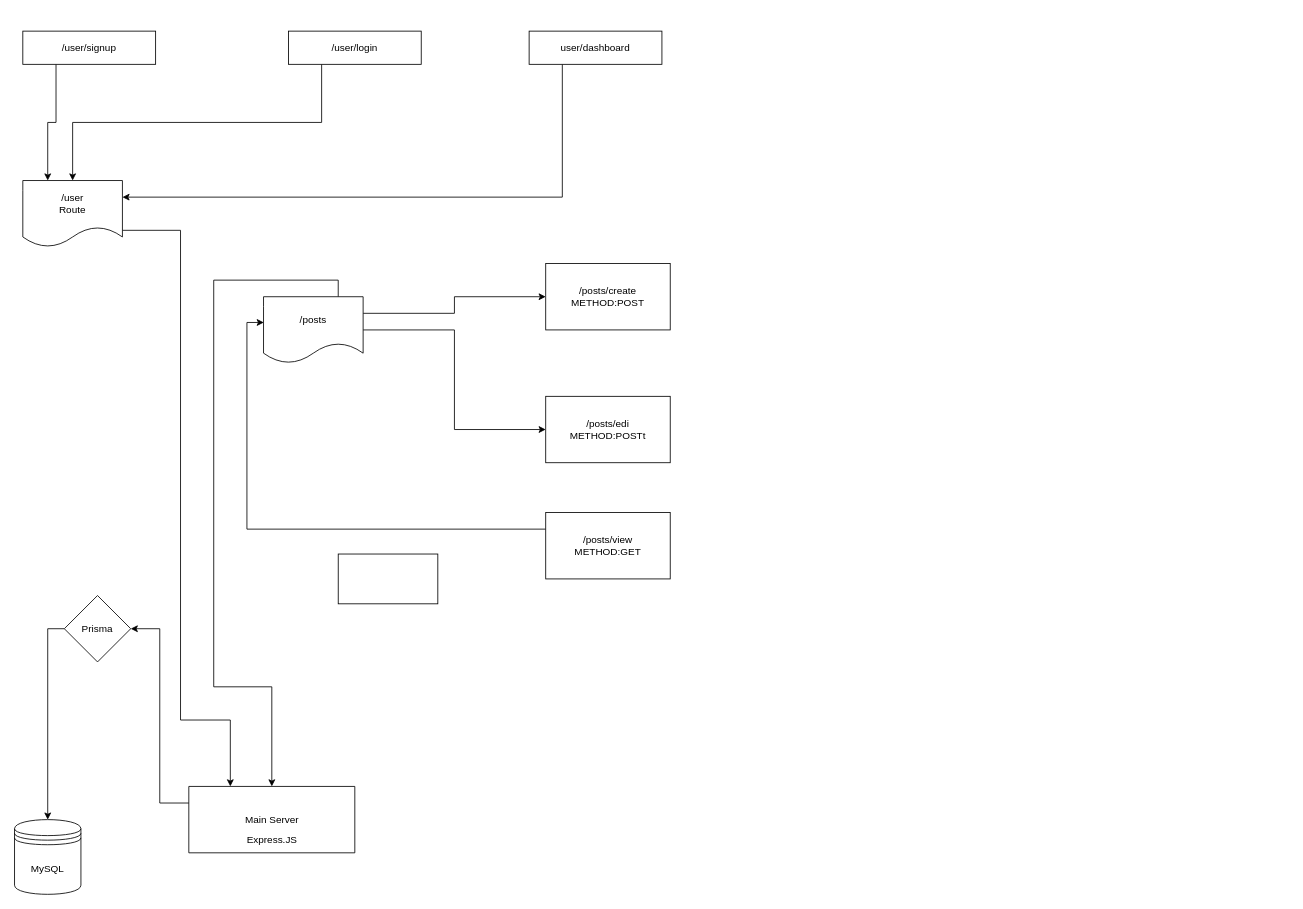
Before: frontend/catium.drawio in abu-abdullah007/catium, a draw.io diagram. Source tidied: cells renumbered, new cells numbered last; positions are measured from the earlier drawing's top-left corner, leaving out a move shared by most shapes. Both pictures are drawn from the tidied source at 83%, with x=0, y=0 at pixel (14, 31).
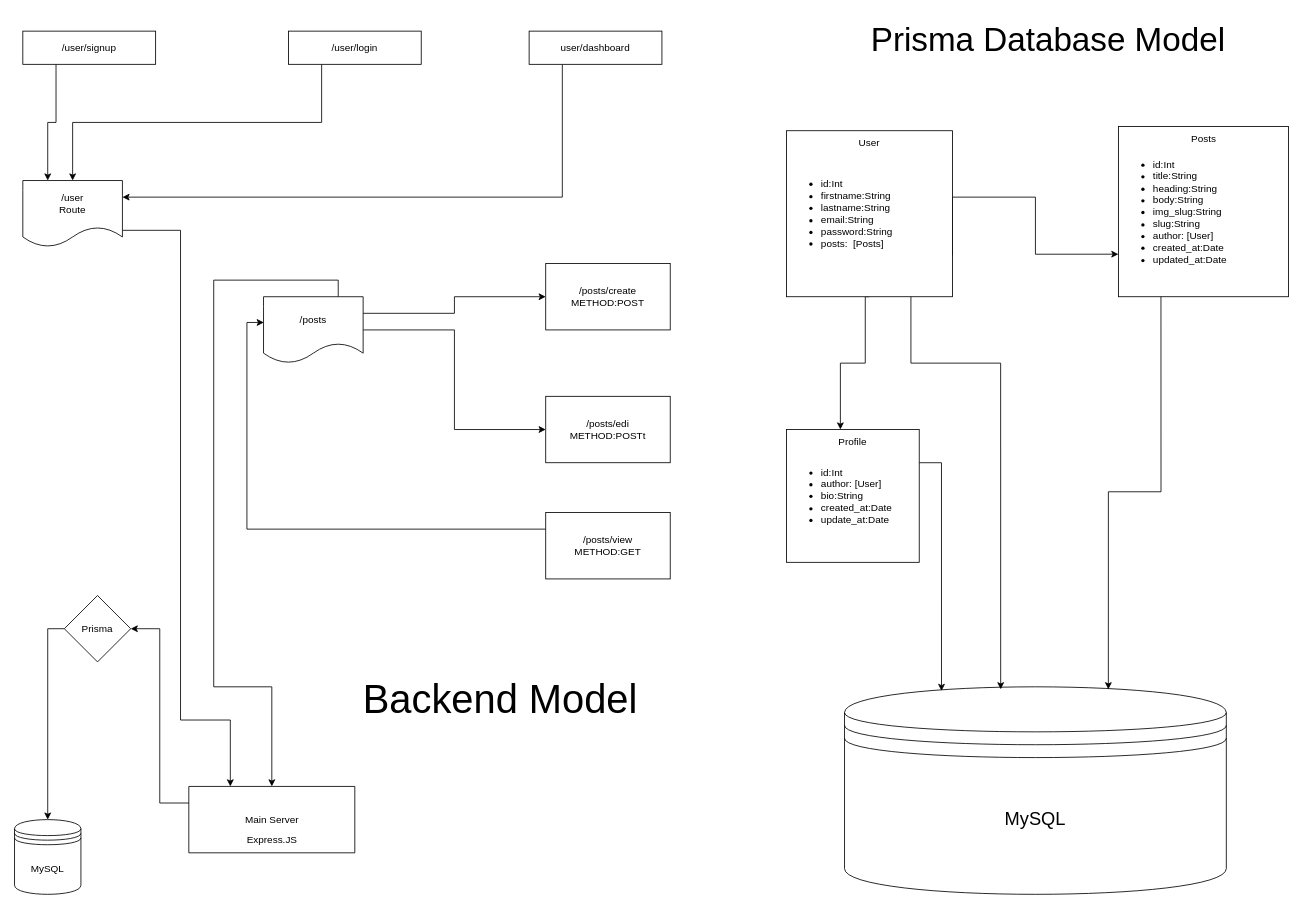
Above is the later version.

Diff of the diagram source:
```diff
@@
-    <mxCell id="25" style="whiteSpace=wrap;html=1;" parent="1" vertex="1">
-      <mxGeometry x="390" y="630" width="120" height="60" as="geometry" />
-    </mxCell>
+    <mxCell id="26" value="&lt;font style=&quot;font-size: 48px;&quot;&gt;Backend Model&lt;/font&gt;" style="text;html=1;align=center;verticalAlign=middle;strokeColor=none;fillColor=none;" parent="1" vertex="1">
+      <mxGeometry x="410" y="770" width="350" height="70" as="geometry" />
+    </mxCell>
+    <mxCell id="27" value="&lt;font style=&quot;font-size: 40px;&quot;&gt;Prisma Database Model&lt;/font&gt;" style="text;html=1;align=center;verticalAlign=middle;strokeColor=none;fillColor=none;" parent="1" vertex="1">
+      <mxGeometry x="1020" y="-20" width="450" height="60" as="geometry" />
+    </mxCell>
+    <mxCell id="28" style="edgeStyle=orthogonalEdgeStyle;rounded=0;jettySize=auto;html=1;exitX=1;exitY=0.75;exitDx=0;exitDy=0;entryX=0;entryY=0.75;entryDx=0;entryDy=0;" parent="1" edge="1" source="30" target="31">
+      <mxGeometry relative="1" as="geometry">
+        <Array as="points">
+          <mxPoint x="1130" y="200" />
+          <mxPoint x="1230" y="200" />
+          <mxPoint x="1230" y="269" />
+        </Array>
+      </mxGeometry>
+    </mxCell>
+    <mxCell id="29" style="edgeStyle=orthogonalEdgeStyle;rounded=0;jettySize=auto;html=1;exitX=0.5;exitY=1;exitDx=0;exitDy=0;entryX=0.25;entryY=0;entryDx=0;entryDy=0;" parent="1" edge="1" source="30" target="37">
+      <mxGeometry relative="1" as="geometry">
+        <Array as="points">
+          <mxPoint x="1025" y="320" />
+          <mxPoint x="1025" y="400" />
+          <mxPoint x="995" y="400" />
+        </Array>
+      </mxGeometry>
+    </mxCell>
+    <mxCell id="30" value="&lt;div align=&quot;left&quot;&gt;&lt;ul&gt;&lt;li&gt;id:Int&lt;/li&gt;&lt;li&gt;firstname:String&lt;/li&gt;&lt;li&gt;lastname:String&lt;/li&gt;&lt;li&gt;email:String&lt;/li&gt;&lt;li&gt;password:String&lt;/li&gt;&lt;li&gt;posts:&amp;nbsp; [Posts]&lt;/li&gt;&lt;/ul&gt;&lt;/div&gt;" style="whiteSpace=wrap;html=1;align=left;" parent="1" vertex="1">
+      <mxGeometry x="930" y="120" width="200" height="200" as="geometry" />
+    </mxCell>
+    <mxCell id="31" value="&lt;div align=&quot;left&quot;&gt;&lt;ul&gt;&lt;li&gt;id:Int&lt;/li&gt;&lt;li&gt;title:String&lt;/li&gt;&lt;li&gt;heading:String&lt;/li&gt;&lt;li&gt;body:String&lt;/li&gt;&lt;li&gt;img_slug:String&lt;br&gt;&lt;/li&gt;&lt;li&gt;slug:String&lt;/li&gt;&lt;li&gt;author: [User]&lt;/li&gt;&lt;li&gt;created_at:Date&lt;/li&gt;&lt;li&gt;updated_at:Date&lt;br&gt;&lt;/li&gt;&lt;/ul&gt;&lt;/div&gt;" style="whiteSpace=wrap;html=1;align=left;" parent="1" vertex="1">
+      <mxGeometry x="1330" y="115" width="205" height="205" as="geometry" />
+    </mxCell>
+    <mxCell id="32" style="edgeStyle=orthogonalEdgeStyle;rounded=0;orthogonalLoop=1;jettySize=auto;html=1;exitX=0.5;exitY=1;exitDx=0;exitDy=0;" parent="1" edge="1" source="31" target="31">
+      <mxGeometry relative="1" as="geometry" />
+    </mxCell>
+    <mxCell id="33" value="User" style="text;html=1;align=center;verticalAlign=middle;whiteSpace=wrap;rounded=0;" parent="1" vertex="1">
+      <mxGeometry x="1000" y="120" width="60" height="30" as="geometry" />
+    </mxCell>
+    <mxCell id="34" value="Posts" style="text;html=1;align=center;verticalAlign=middle;whiteSpace=wrap;rounded=0;" parent="1" vertex="1">
+      <mxGeometry x="1402.5" y="115" width="60" height="30" as="geometry" />
+    </mxCell>
+    <mxCell id="35" style="shape=datastore;whiteSpace=wrap;html=1;" parent="1" vertex="1">
+      <mxGeometry x="1000" y="790" width="460" height="250" as="geometry" />
+    </mxCell>
+    <mxCell id="36" value="&lt;div align=&quot;left&quot;&gt;&lt;ul&gt;&lt;li&gt;id:Int&lt;/li&gt;&lt;li&gt;author: [User]&lt;/li&gt;&lt;li&gt;bio:String&lt;/li&gt;&lt;li&gt;created_at:Date&lt;/li&gt;&lt;li&gt;update_at:Date&lt;/li&gt;&lt;/ul&gt;&lt;/div&gt;" style="whiteSpace=wrap;html=1;align=left;" parent="1" vertex="1">
+      <mxGeometry x="930" y="480" width="160" height="160" as="geometry" />
+    </mxCell>
+    <mxCell id="37" value="Profile" style="text;html=1;align=center;verticalAlign=middle;whiteSpace=wrap;rounded=0;" parent="1" vertex="1">
+      <mxGeometry x="980" y="480" width="60" height="30" as="geometry" />
+    </mxCell>
+    <mxCell id="38" style="edgeStyle=orthogonalEdgeStyle;rounded=0;jettySize=auto;html=1;exitX=0.75;exitY=1;exitDx=0;exitDy=0;entryX=0.409;entryY=0.012;entryDx=0;entryDy=0;entryPerimeter=0;" parent="1" edge="1" source="30" target="35">
+      <mxGeometry relative="1" as="geometry">
+        <Array as="points">
+          <mxPoint x="1080" y="400" />
+          <mxPoint x="1188" y="400" />
+        </Array>
+      </mxGeometry>
+    </mxCell>
+    <mxCell id="39" style="edgeStyle=orthogonalEdgeStyle;rounded=0;jettySize=auto;html=1;exitX=0.25;exitY=1;exitDx=0;exitDy=0;entryX=0.691;entryY=0.012;entryDx=0;entryDy=0;entryPerimeter=0;" parent="1" edge="1" source="31" target="35">
+      <mxGeometry relative="1" as="geometry" />
+    </mxCell>
+    <mxCell id="40" style="edgeStyle=orthogonalEdgeStyle;rounded=0;jettySize=auto;html=1;exitX=1;exitY=0.25;exitDx=0;exitDy=0;entryX=0.254;entryY=0.02;entryDx=0;entryDy=0;entryPerimeter=0;" parent="1" edge="1" source="36" target="35">
+      <mxGeometry relative="1" as="geometry" />
+    </mxCell>
+    <mxCell id="41" value="&lt;font style=&quot;font-size: 22px;&quot;&gt;MySQL&lt;/font&gt;" style="text;html=1;align=center;verticalAlign=middle;whiteSpace=wrap;rounded=0;" parent="1" vertex="1">
+      <mxGeometry x="1200" y="935" width="60" height="30" as="geometry" />
+    </mxCell>
```
